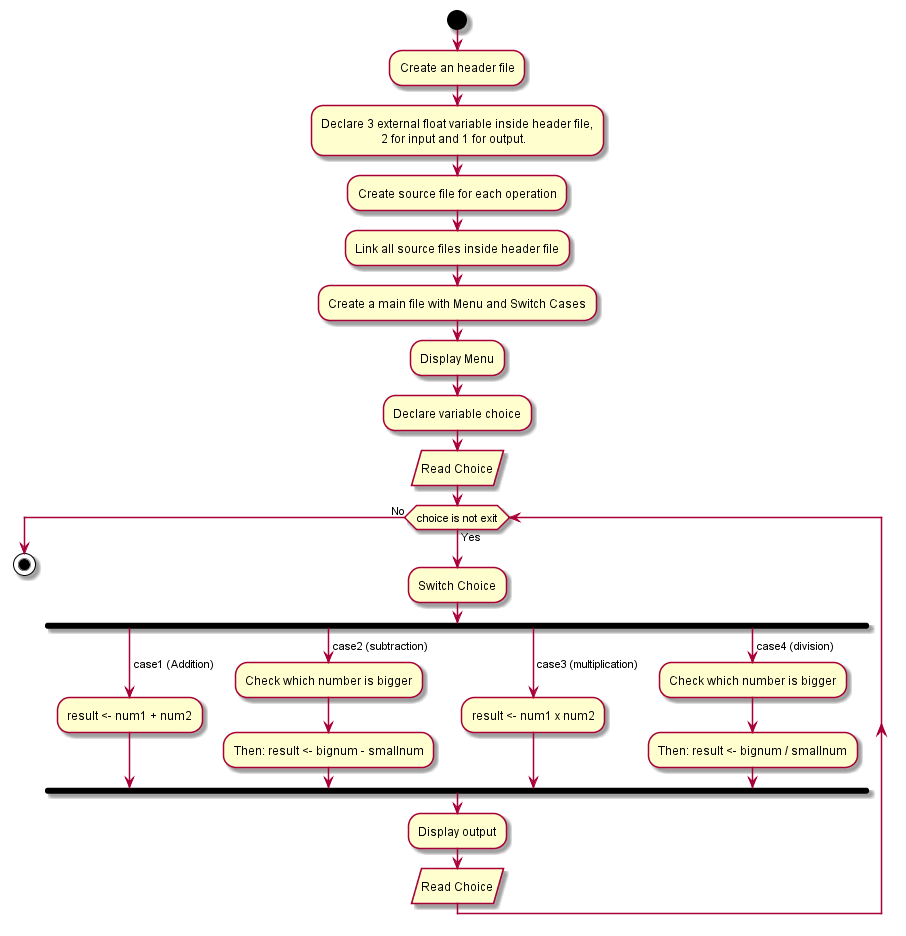
Earlier version of the PlantUML export assets/simpleCalculator.png (Pranau-R/Extern-Calculator). Source of this version:
```plantuml
@startuml

start

:Create an header file;
:Declare 3 external float variable inside header file,
                    2 for input and 1 for output.;
:Create source file for each operation;
:Link all source files inside header file;
:Create a main file with Menu and Switch Cases;
:Display Menu;
:Declare variable choice;
:Read Choice/

while (choice is not exit) is (Yes)

:Switch Choice;

fork

-> case1 (Addition);
:result <- num1 + num2;

fork again

-> case2 (subtraction);
:Check which number is bigger;
:Then: result <- bignum - smallnum;

fork again

-> case3 (multiplication);
:result <- num1 x num2;

fork again

-> case4 (division);
:Check which number is bigger;
:Then: result <- bignum / smallnum;

end fork

:Display output;
:Read Choice/

end while (No)

stop

@enduml
```
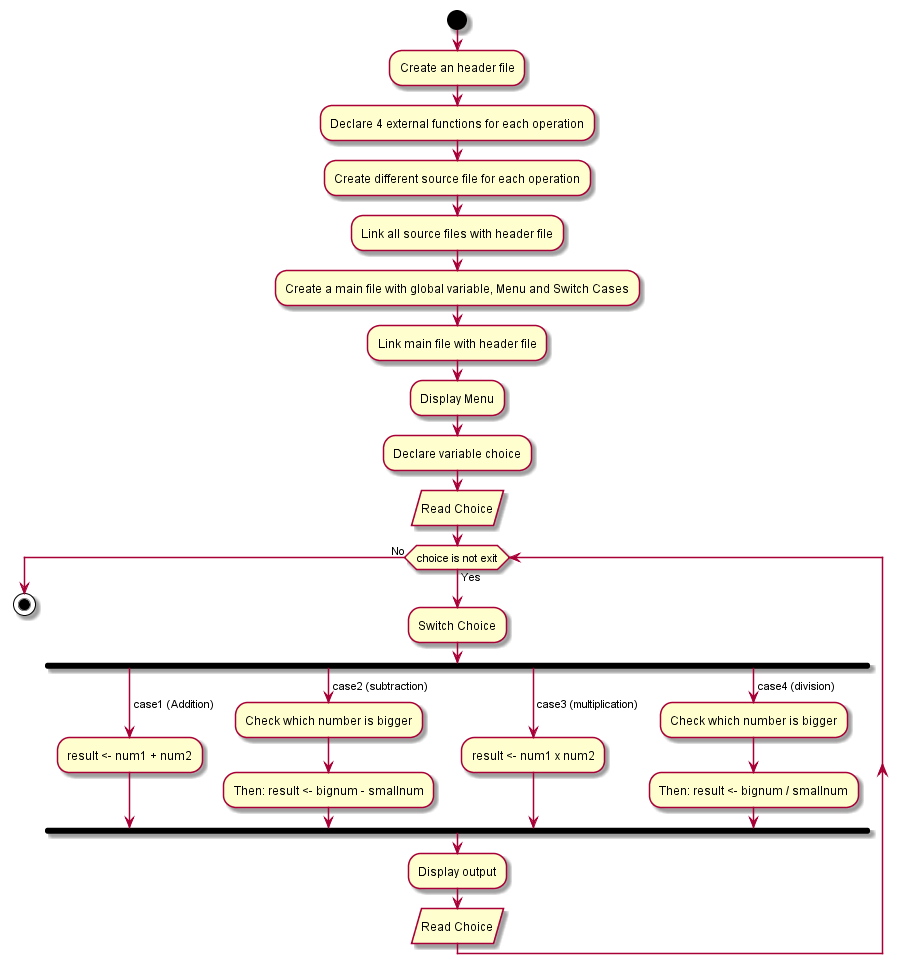
The same diagram one commit later.

Commit message:
#3: updated flowchart as per requirement

Diff of the diagram source:
```diff
@@ -3,11 +3,11 @@
 start
 
 :Create an header file;
-:Declare 3 external float variable inside header file,
-                    2 for input and 1 for output.;
-:Create source file for each operation;
-:Link all source files inside header file;
-:Create a main file with Menu and Switch Cases;
+:Declare 4 external functions for each operation;
+:Create different source file for each operation;
+:Link all source files with header file;
+:Create a main file with global variable, Menu and Switch Cases;
+:Link main file with header file;
 :Display Menu;
 :Declare variable choice;
 :Read Choice/
```
